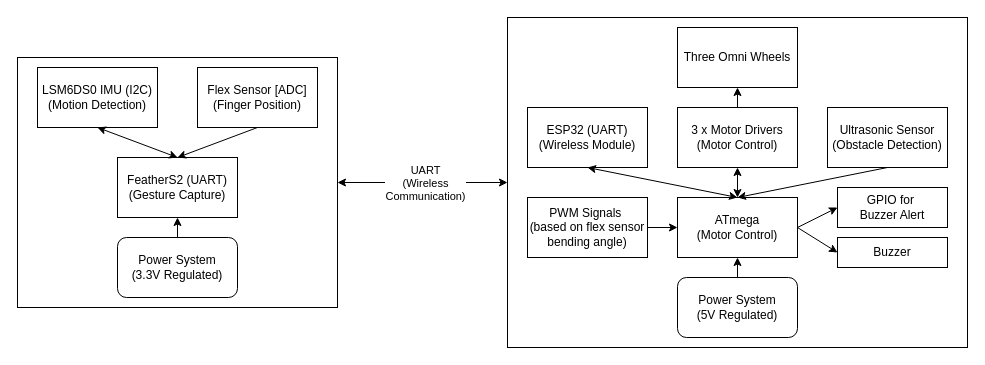
This is ESE 3500 System Block Diagram.drawio from upenn-embedded/omnibot.github.io, a draw.io file, before an edit. Source tidied: cells renumbered, new cells numbered last; positions are measured from the earlier drawing's top-left corner, leaving out a move shared by most shapes. Both pictures are drawn from the tidied source at 100%, with x=0, y=0 at pixel (17, 17).
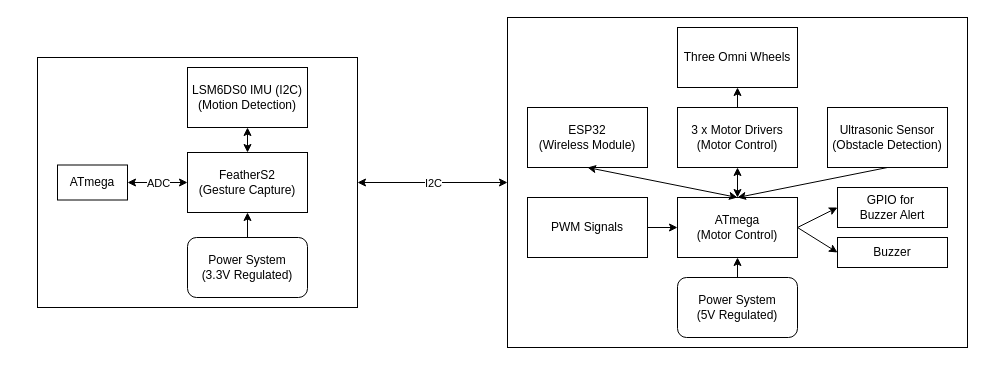
The same diagram, later.

The change refers to these unchanged cells:
```xml
<mxCell id="20" style="endArrow=classic;startArrow=classic;html=1;rounded=0;exitX=1;exitY=0.5;exitDx=0;exitDy=0;entryX=0;entryY=0.5;entryDx=0;entryDy=0;" parent="1" edge="1" source="3" target="2">
  <mxGeometry relative="1" as="geometry" />
</mxCell>
```

Change to the diagram source:
```diff
@@
     <mxCell id="3" style="rounded=0;whiteSpace=wrap;html=1;" parent="1" vertex="1">
-      <mxGeometry y="40" width="320" height="250" as="geometry" />
+      <mxGeometry x="20" y="40" width="320" height="250" as="geometry" />
     </mxCell>
-    <mxCell id="4" value="FeatherS2 (UART)&lt;div&gt;(Gesture Capture)&lt;/div&gt;" style="rounded=0;whiteSpace=wrap;html=1;" parent="1" vertex="1">
-      <mxGeometry x="100" y="140" width="120" height="60" as="geometry" />
+    <mxCell id="4" value="FeatherS2&lt;div&gt;(Gesture Capture)&lt;/div&gt;" style="rounded=0;whiteSpace=wrap;html=1;" parent="1" vertex="1">
+      <mxGeometry x="170" y="135" width="120" height="60" as="geometry" />
     </mxCell>
     <mxCell id="5" value="LSM6DS0 IMU (I2C)&lt;div&gt;(Motion Detection)&lt;/div&gt;" style="rounded=0;whiteSpace=wrap;html=1;" parent="1" vertex="1">
-      <mxGeometry x="20" y="50" width="120" height="60" as="geometry" />
+      <mxGeometry x="170" y="50" width="120" height="60" as="geometry" />
     </mxCell>
-    <mxCell id="6" value="Flex Sensor [ADC]&lt;div&gt;(Finger Position)&lt;/div&gt;" style="rounded=0;whiteSpace=wrap;html=1;" parent="1" vertex="1">
-      <mxGeometry x="180" y="50" width="120" height="60" as="geometry" />
-    </mxCell>
-    <mxCell id="7" style="endArrow=classic;html=1;rounded=0;exitX=0.5;exitY=1;exitDx=0;exitDy=0;entryX=0.5;entryY=0;entryDx=0;entryDy=0;" parent="1" edge="1" source="6" target="4">
-      <mxGeometry relative="1" as="geometry" />
-    </mxCell>
     <mxCell id="8" value="Power System&lt;div&gt;(3.3V Regulated)&lt;/div&gt;" style="rounded=1;whiteSpace=wrap;html=1;" parent="1" vertex="1">
-      <mxGeometry x="100" y="220" width="120" height="60" as="geometry" />
+      <mxGeometry x="170" y="220" width="120" height="60" as="geometry" />
     </mxCell>
@@
-    <mxCell id="12" value="ESP32 (UART)&lt;div&gt;(Wireless Module)&lt;/div&gt;" style="rounded=0;whiteSpace=wrap;html=1;" parent="1" vertex="1">
+    <mxCell id="12" value="ESP32&lt;div&gt;(Wireless Module)&lt;/div&gt;" style="rounded=0;whiteSpace=wrap;html=1;" parent="1" vertex="1">
       <mxGeometry x="510" y="90" width="120" height="60" as="geometry" />
     </mxCell>
@@
-    <mxCell id="21" value="UART&lt;div&gt;(Wireless&lt;/div&gt;&lt;div&gt;Communication)&lt;/div&gt;" style="edgeLabel;html=1;align=center;verticalAlign=middle;" parent="20" vertex="1">
+    <mxCell id="21" value="I2C" style="edgeLabel;html=1;align=center;verticalAlign=middle;" parent="20" vertex="1">
       <mxGeometry x="0.21" y="4" relative="1" as="geometry">
         <mxPoint x="-16" y="4" as="offset" />
       </mxGeometry>
     </mxCell>
-    <mxCell id="22" value="PWM Signals&amp;nbsp;&lt;div&gt;(based on flex sensor bending angle)&lt;/div&gt;" style="rounded=0;whiteSpace=wrap;html=1;" parent="1" vertex="1">
+    <mxCell id="22" value="PWM Signals" style="rounded=0;whiteSpace=wrap;html=1;" parent="1" vertex="1">
       <mxGeometry x="510" y="180" width="120" height="60" as="geometry" />
     </mxCell>
@@
+    <mxCell id="30" value="ATmega" style="rounded=0;whiteSpace=wrap;html=1;" parent="1" vertex="1">
+      <mxGeometry x="40" y="147.5" width="70" height="35" as="geometry" />
+    </mxCell>
+    <mxCell id="31" style="endArrow=classic;startArrow=classic;html=1;rounded=0;entryX=0;entryY=0.5;entryDx=0;entryDy=0;exitX=1;exitY=0.5;exitDx=0;exitDy=0;" parent="1" edge="1" source="30" target="4">
+      <mxGeometry relative="1" as="geometry" />
+    </mxCell>
+    <mxCell id="32" value="ADC" style="edgeLabel;html=1;align=center;verticalAlign=middle;" parent="31" vertex="1">
+      <mxGeometry x="-0.23" relative="1" as="geometry">
+        <mxPoint x="7" as="offset" />
+      </mxGeometry>
+    </mxCell>
```
